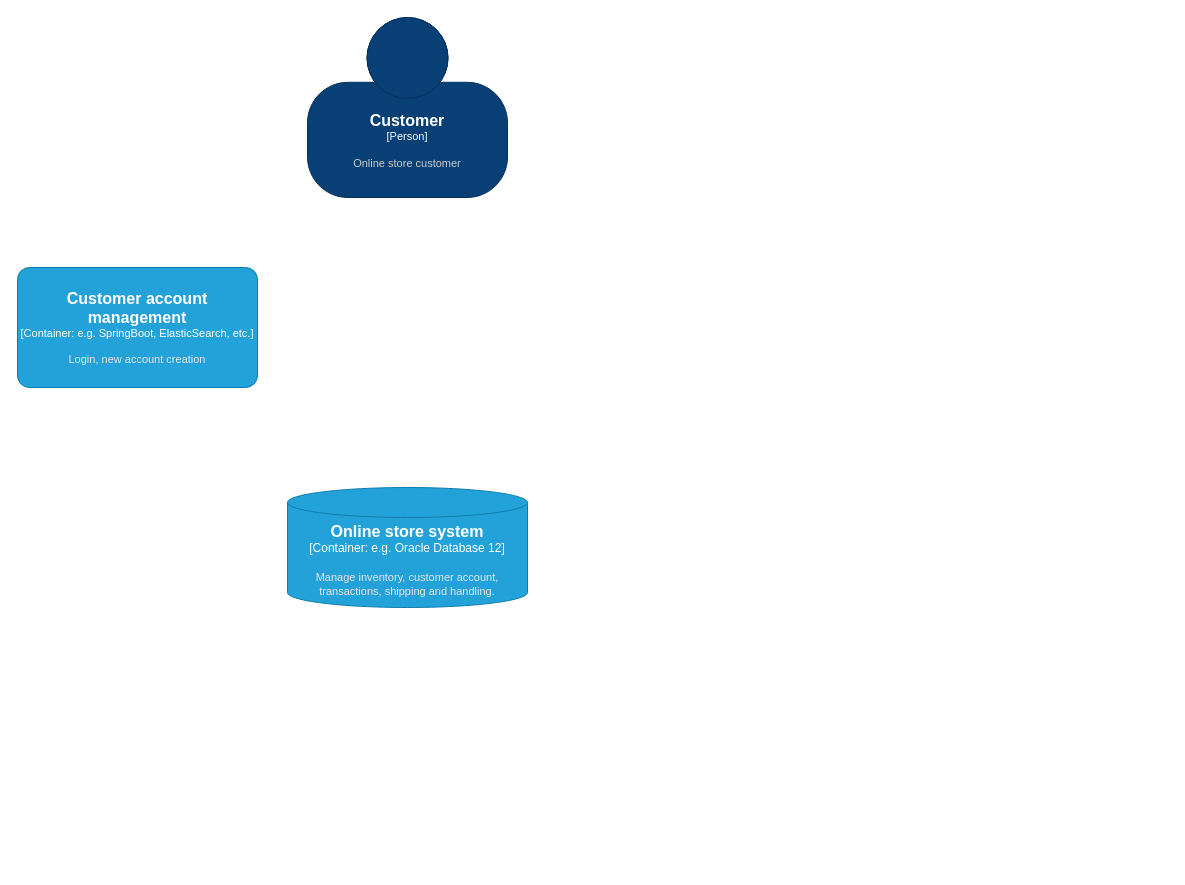
Earlier version of the draw.io diagram OnlingStoreSystemContext.drawio (ilvfruits/hello-world). Source tidied: cells renumbered, new cells numbered last; positions are measured from the earlier drawing's top-left corner, leaving out a move shared by most shapes. Both pictures are drawn from the tidied source at 100%, with x=0, y=0 at pixel (17, 17).
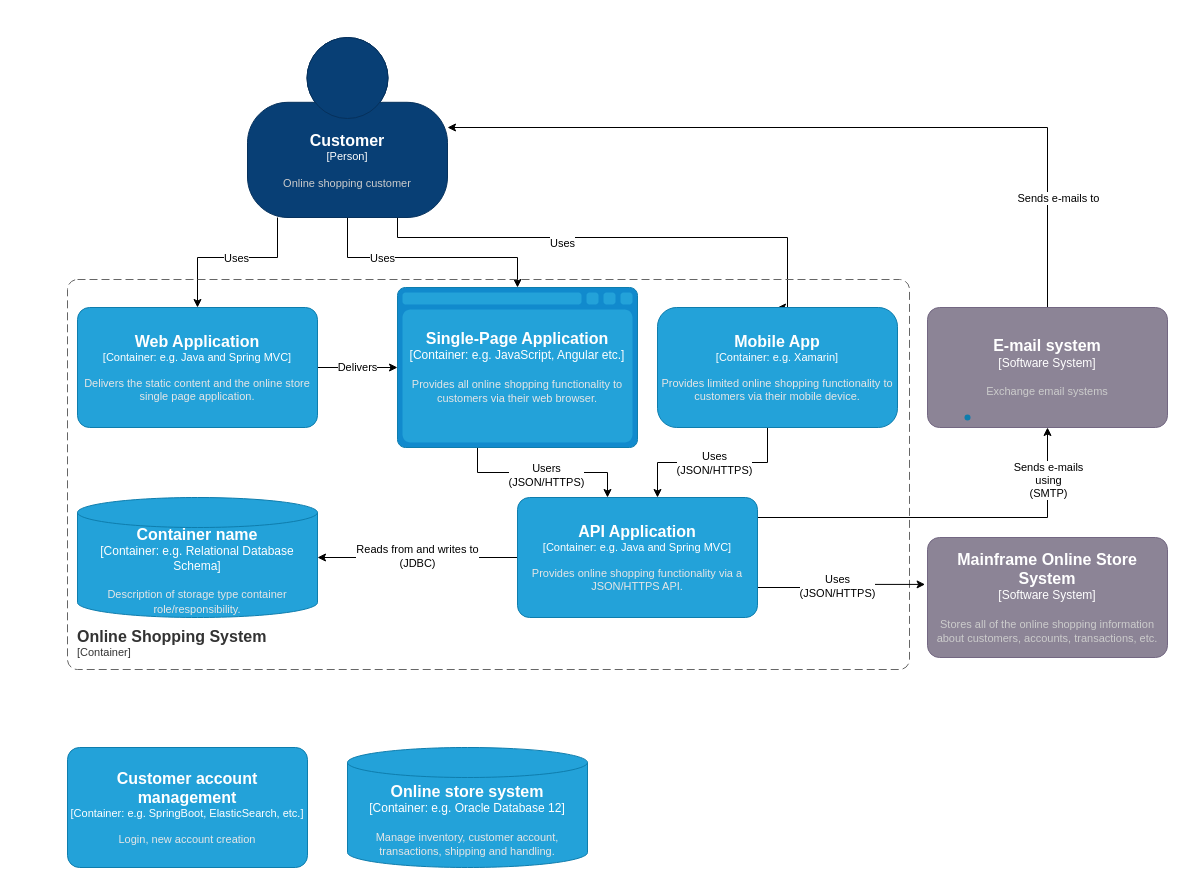
The same diagram, later.

Change to the diagram source:
```diff
@@
+    <mxCell id="5" style="edgeStyle=orthogonalEdgeStyle;rounded=0;jettySize=auto;html=1;" parent="1" edge="1" source="2" target="21">
+      <mxGeometry relative="1" as="geometry">
+        <Array as="points">
+          <mxPoint x="260" y="240" />
+          <mxPoint x="180" y="240" />
+        </Array>
+      </mxGeometry>
+    </mxCell>
+    <mxCell id="6" value="Uses" style="edgeLabel;html=1;align=center;verticalAlign=middle;" parent="5" vertex="1">
+      <mxGeometry x="-0.05" y="-8" relative="1" as="geometry">
+        <mxPoint x="-1" y="8" as="offset" />
+      </mxGeometry>
+    </mxCell>
+    <mxCell id="7" style="edgeStyle=orthogonalEdgeStyle;rounded=0;jettySize=auto;html=1;entryX=0.5;entryY=0;entryDx=0;entryDy=0;entryPerimeter=0;" parent="1" edge="1" source="2" target="13">
+      <mxGeometry relative="1" as="geometry">
+        <Array as="points">
+          <mxPoint x="330" y="240" />
+          <mxPoint x="500" y="240" />
+        </Array>
+      </mxGeometry>
+    </mxCell>
+    <mxCell id="8" value="Uses" style="edgeLabel;html=1;align=center;verticalAlign=middle;" parent="7" vertex="1">
+      <mxGeometry x="-0.38" relative="1" as="geometry" />
+    </mxCell>
+    <mxCell id="9" style="edgeStyle=orthogonalEdgeStyle;rounded=0;jettySize=auto;html=1;entryX=0.5;entryY=0;entryDx=0;entryDy=0;entryPerimeter=0;exitX=0.75;exitY=1;exitDx=0;exitDy=0;exitPerimeter=0;" parent="1" edge="1" source="2" target="24">
+      <mxGeometry relative="1" as="geometry">
+        <Array as="points">
+          <mxPoint x="380" y="220" />
+          <mxPoint x="770" y="220" />
+        </Array>
+      </mxGeometry>
+    </mxCell>
+    <mxCell id="10" value="Uses" style="edgeLabel;html=1;align=center;verticalAlign=middle;" parent="9" vertex="1">
+      <mxGeometry x="0.07" y="-5" relative="1" as="geometry">
+        <mxPoint x="-78" as="offset" />
+      </mxGeometry>
+    </mxCell>
-    <object id="2" label="&lt;font style=&quot;font-size: 16px&quot;&gt;&lt;b&gt;%c4Name%&lt;/b&gt;&lt;/font&gt;&lt;div&gt;[%c4Type%]&lt;/div&gt;&lt;br&gt;&lt;div&gt;&lt;font style=&quot;font-size: 11px&quot;&gt;&lt;font color=&quot;#cccccc&quot;&gt;%c4Description%&lt;/font&gt;&lt;/div&gt;" c4Description="Online store customer" c4Name="Customer" c4Type="Person" placeholders="1">
+    <object id="2" label="&lt;font style=&quot;font-size: 16px&quot;&gt;&lt;b&gt;%c4Name%&lt;/b&gt;&lt;/font&gt;&lt;div&gt;[%c4Type%]&lt;/div&gt;&lt;br&gt;&lt;div&gt;&lt;font style=&quot;font-size: 11px&quot;&gt;&lt;font color=&quot;#cccccc&quot;&gt;%c4Description%&lt;/font&gt;&lt;/div&gt;" c4Description="Online shopping customer" c4Name="Customer" c4Type="Person" placeholders="1">
       <mxCell style="html=1;fontSize=11;dashed=0;whiteSpace=wrap;fillColor=#083F75;strokeColor=#06315C;fontColor=#ffffff;shape=mxgraph.c4.person2;align=center;points=[[0.5,0,0],[1,0.5,0],[1,0.75,0],[0.75,1,0],[0.5,1,0],[0.25,1,0],[0,0.75,0],[0,0.5,0]];" parent="1" vertex="1">
-        <mxGeometry x="290" width="200" height="180" as="geometry" />
+        <mxGeometry x="230" y="20" width="200" height="180" as="geometry" />
       </mxCell>
     </object>
     <object id="3" label="&lt;font style=&quot;font-size: 16px&quot;&gt;&lt;b&gt;%c4Type%&lt;/b&gt;&lt;/font&gt;&lt;div&gt;[%c4Container%:&amp;nbsp;%c4Technology%]&lt;/div&gt;&lt;br&gt;&lt;div&gt;&lt;font style=&quot;font-size: 11px&quot;&gt;&lt;font color=&quot;#E6E6E6&quot;&gt;%c4Description%&lt;/font&gt;&lt;/div&gt;" c4Container="Container" c4Description="Manage inventory, customer account, transactions, shipping and handling." c4Technology="e.g. Oracle Database 12" c4Type="Online store system" placeholders="1">
       <mxCell style="shape=cylinder3;size=15;whiteSpace=wrap;html=1;boundedLbl=1;rounded=0;labelBackgroundColor=none;fillColor=#23A2D9;fontSize=12;fontColor=#ffffff;align=center;strokeColor=#0E7DAD;" parent="1" vertex="1">
-        <mxGeometry x="270" y="470" width="240" height="120" as="geometry" />
+        <mxGeometry x="330" y="730" width="240" height="120" as="geometry" />
       </mxCell>
     </object>
     <object id="4" label="&lt;font style=&quot;font-size: 16px&quot;&gt;&lt;b&gt;%c4Name%&lt;/b&gt;&lt;/font&gt;&lt;div&gt;[%c4Type%: %c4Technology%]&lt;/div&gt;&lt;br&gt;&lt;div&gt;&lt;font style=&quot;font-size: 11px&quot;&gt;&lt;font color=&quot;#E6E6E6&quot;&gt;%c4Description%&lt;/font&gt;&lt;/div&gt;" c4Description="Login, new account creation" c4Name="Customer account management" c4Technology="e.g. SpringBoot, ElasticSearch, etc." c4Type="Container" placeholders="1">
       <mxCell style="rounded=1;whiteSpace=wrap;html=1;fontSize=11;labelBackgroundColor=none;fillColor=#23A2D9;fontColor=#ffffff;align=center;arcSize=10;strokeColor=#0E7DAD;" parent="1" vertex="1">
-        <mxGeometry y="250" width="240" height="120" as="geometry" />
+        <mxGeometry x="50" y="730" width="240" height="120" as="geometry" />
       </mxCell>
     </object>
+    <mxCell id="11" style="edgeStyle=orthogonalEdgeStyle;rounded=0;orthogonalLoop=1;jettySize=auto;html=1;" parent="1" edge="1">
+      <mxGeometry relative="1" as="geometry">
+        <mxPoint x="460" y="430" as="sourcePoint" />
+        <mxPoint x="590" y="480" as="targetPoint" />
+        <Array as="points">
+          <mxPoint x="460" y="455" />
+          <mxPoint x="590" y="455" />
+        </Array>
+      </mxGeometry>
+    </mxCell>
+    <mxCell id="12" value="Users&lt;br&gt;(JSON/HTTPS)" style="edgeLabel;html=1;align=center;verticalAlign=middle;" parent="11" vertex="1">
+      <mxGeometry x="0.03" y="-2" relative="1" as="geometry" />
+    </mxCell>
+    <object id="13" label="&lt;font style=&quot;font-size: 16px&quot;&gt;&lt;b&gt;%c4Type%&lt;/b&gt;&lt;/font&gt;&lt;div&gt;[%c4Container%:&amp;nbsp;%c4Technology%]&lt;/div&gt;&lt;br&gt;&lt;div&gt;&lt;font style=&quot;font-size: 11px&quot;&gt;&lt;font color=&quot;#E6E6E6&quot;&gt;%c4Description%&lt;/font&gt;&lt;/div&gt;" c4Container="Container" c4Description="Provides all online shopping functionality to customers via their web browser." c4Technology="e.g. JavaScript, Angular etc." c4Type="Single-Page Application" placeholders="1">
+      <mxCell style="shape=mxgraph.c4.webBrowserContainer2;whiteSpace=wrap;html=1;boundedLbl=1;rounded=0;labelBackgroundColor=none;strokeColor=#118ACD;fillColor=#23A2D9;strokeColor=#118ACD;strokeColor2=#0E7DAD;fontSize=12;fontColor=#ffffff;align=center;points=[[0.5,0,0],[1,0.25,0],[1,0.5,0],[1,0.75,0],[0.5,1,0],[0,0.75,0],[0,0.5,0],[0,0.25,0]];" parent="1" vertex="1">
+        <mxGeometry x="380" y="270" width="240" height="160" as="geometry" />
+      </mxCell>
+    </object>
+    <mxCell id="14" style="edgeStyle=orthogonalEdgeStyle;rounded=0;jettySize=auto;html=1;entryX=1;entryY=0.5;entryDx=0;entryDy=0;entryPerimeter=0;" parent="1" edge="1" source="16" target="2">
+      <mxGeometry relative="1" as="geometry">
+        <Array as="points">
+          <mxPoint x="1030" y="110" />
+        </Array>
+      </mxGeometry>
+    </mxCell>
+    <mxCell id="15" value="Sends e-mails to" style="edgeLabel;html=1;align=center;verticalAlign=middle;" parent="14" vertex="1">
+      <mxGeometry x="0.22" y="-1" relative="1" as="geometry">
+        <mxPoint x="306" y="71" as="offset" />
+      </mxGeometry>
+    </mxCell>
+    <object id="16" label="&lt;font style=&quot;font-size: 16px&quot;&gt;&lt;b&gt;%c4Name%&lt;/b&gt;&lt;/font&gt;&lt;div&gt;[%c4Type%]&lt;/div&gt;&lt;br&gt;&lt;div&gt;&lt;font style=&quot;font-size: 11px&quot;&gt;&lt;font color=&quot;#cccccc&quot;&gt;%c4Description%&lt;/font&gt;&lt;/div&gt;" c4Description="Exchange email systems" c4Name="E-mail system" c4Type="Software System" placeholders="1">
+      <mxCell style="rounded=1;whiteSpace=wrap;html=1;labelBackgroundColor=none;fillColor=#8C8496;fontColor=#ffffff;align=center;arcSize=10;strokeColor=#736782;points=[[0.25,0,0],[0.5,0,0],[0.75,0,0],[1,0.25,0],[1,0.5,0],[1,0.75,0],[0.75,1,0],[0.5,1,0],[0.25,1,0],[0,0.75,0],[0,0.5,0],[0,0.25,0]];" parent="1" vertex="1">
+        <mxGeometry x="910" y="290" width="240" height="120" as="geometry" />
+      </mxCell>
+    </object>
+    <object id="17" label="&lt;font style=&quot;font-size: 16px&quot;&gt;&lt;b&gt;&lt;div style=&quot;text-align: left&quot;&gt;%c4Name%&lt;/div&gt;&lt;/b&gt;&lt;/font&gt;&lt;div style=&quot;text-align: left&quot;&gt;[%c4Application%]&lt;/div&gt;" c4Application="Container" c4Name="Online Shopping System" placeholders="1">
+      <mxCell style="rounded=1;fontSize=11;whiteSpace=wrap;html=1;dashed=1;arcSize=20;fillColor=none;strokeColor=#666666;fontColor=#333333;labelBackgroundColor=none;align=left;verticalAlign=bottom;labelBorderColor=none;spacingTop=0;spacing=10;dashPattern=8 4;perimeter=rectanglePerimeter;noLabel=0;labelPadding=0;absoluteArcSize=1;" parent="1" vertex="1">
+        <mxGeometry x="50" y="262" width="842" height="390" as="geometry" />
+      </mxCell>
+    </object>
+    <object id="18" label="&lt;font style=&quot;font-size: 16px&quot;&gt;&lt;b&gt;%c4Name%&lt;/b&gt;&lt;/font&gt;&lt;div&gt;[%c4Type%]&lt;/div&gt;&lt;br&gt;&lt;div&gt;&lt;font style=&quot;font-size: 11px&quot;&gt;&lt;font color=&quot;#cccccc&quot;&gt;%c4Description%&lt;/font&gt;&lt;/div&gt;" c4Description="Stores all of the online shopping information about customers, accounts, transactions, etc." c4Name="Mainframe Online Store System" c4Type="Software System" placeholders="1">
+      <mxCell style="rounded=1;whiteSpace=wrap;html=1;labelBackgroundColor=none;fillColor=#8C8496;fontColor=#ffffff;align=center;arcSize=10;strokeColor=#736782;points=[[0.25,0,0],[0.5,0,0],[0.75,0,0],[1,0.25,0],[1,0.5,0],[1,0.75,0],[0.75,1,0],[0.5,1,0],[0.25,1,0],[0,0.75,0],[0,0.5,0],[0,0.25,0]];" parent="1" vertex="1">
+        <mxGeometry x="910" y="520" width="240" height="120" as="geometry" />
+      </mxCell>
+    </object>
+    <object id="19" label="&lt;font style=&quot;font-size: 16px&quot;&gt;&lt;b&gt;%c4Type%&lt;/b&gt;&lt;/font&gt;&lt;div&gt;[%c4Container%:&amp;nbsp;%c4Technology%]&lt;/div&gt;&lt;br&gt;&lt;div&gt;&lt;font style=&quot;font-size: 11px&quot;&gt;&lt;font color=&quot;#E6E6E6&quot;&gt;%c4Description%&lt;/font&gt;&lt;/div&gt;" c4Container="Container" c4Description="Description of storage type container role/responsibility." c4Technology="e.g. Relational Database Schema" c4Type="Container name" placeholders="1">
+      <mxCell style="shape=cylinder3;size=15;whiteSpace=wrap;html=1;boundedLbl=1;rounded=0;labelBackgroundColor=none;fillColor=#23A2D9;fontSize=12;fontColor=#ffffff;align=center;strokeColor=#0E7DAD;points=[[0.5,0,0],[1,0.25,0],[1,0.5,0],[1,0.75,0],[0.5,1,0],[0,0.75,0],[0,0.5,0],[0,0.25,0]];" parent="1" vertex="1">
+        <mxGeometry x="60" y="480" width="240" height="120" as="geometry" />
+      </mxCell>
+    </object>
+    <mxCell id="20" value="Delivers" style="edgeStyle=orthogonalEdgeStyle;rounded=0;jettySize=auto;html=1;" parent="1" edge="1" source="21" target="13">
+      <mxGeometry relative="1" as="geometry" />
+    </mxCell>
+    <object id="21" label="&lt;font style=&quot;font-size: 16px&quot;&gt;&lt;b&gt;%c4Name%&lt;/b&gt;&lt;/font&gt;&lt;div&gt;[%c4Type%: %c4Technology%]&lt;/div&gt;&lt;br&gt;&lt;div&gt;&lt;font style=&quot;font-size: 11px&quot;&gt;&lt;font color=&quot;#E6E6E6&quot;&gt;%c4Description%&lt;/font&gt;&lt;/div&gt;" c4Description="Delivers the static content and the online store single page application." c4Name="Web Application" c4Technology="e.g. Java and Spring MVC" c4Type="Container" placeholders="1">
+      <mxCell style="rounded=1;whiteSpace=wrap;html=1;fontSize=11;labelBackgroundColor=none;fillColor=#23A2D9;fontColor=#ffffff;align=center;arcSize=10;strokeColor=#0E7DAD;points=[[0.25,0,0],[0.5,0,0],[0.75,0,0],[1,0.25,0],[1,0.5,0],[1,0.75,0],[0.75,1,0],[0.5,1,0],[0.25,1,0],[0,0.75,0],[0,0.5,0],[0,0.25,0]];" parent="1" vertex="1">
+        <mxGeometry x="60" y="290" width="240" height="120" as="geometry" />
+      </mxCell>
+    </object>
+    <mxCell id="22" style="edgeStyle=orthogonalEdgeStyle;rounded=0;orthogonalLoop=1;jettySize=auto;html=1;" parent="1" edge="1">
+      <mxGeometry relative="1" as="geometry">
+        <mxPoint x="750" y="410" as="sourcePoint" />
+        <mxPoint x="640" y="480" as="targetPoint" />
+        <Array as="points">
+          <mxPoint x="750" y="445" />
+          <mxPoint x="640" y="445" />
+        </Array>
+      </mxGeometry>
+    </mxCell>
+    <mxCell id="23" value="Uses&lt;br&gt;(JSON/HTTPS)" style="edgeLabel;html=1;align=center;verticalAlign=middle;" parent="22" vertex="1">
+      <mxGeometry x="-0.57" y="2" relative="1" as="geometry">
+        <mxPoint x="-50" y="-2" as="offset" />
+      </mxGeometry>
+    </mxCell>
+    <object id="24" label="&lt;font style=&quot;font-size: 16px&quot;&gt;&lt;b&gt;%c4Name%&lt;/b&gt;&lt;/font&gt;&lt;div&gt;[%c4Type%: %c4Technology%]&lt;/div&gt;&lt;br&gt;&lt;div&gt;&lt;font style=&quot;font-size: 11px&quot;&gt;&lt;font color=&quot;#E6E6E6&quot;&gt;%c4Description%&lt;/font&gt;&lt;/div&gt;" c4Description="Provides limited online shopping functionality to customers via their mobile device." c4Name="Mobile App" c4Technology="e.g. Xamarin" c4Type="Container" placeholders="1">
+      <mxCell style="rounded=1;whiteSpace=wrap;html=1;fontSize=11;labelBackgroundColor=none;fillColor=#23A2D9;fontColor=#ffffff;align=center;arcSize=16;strokeColor=#0E7DAD;points=[[0.25,0,0],[0.5,0,0],[0.75,0,0],[1,0.25,0],[1,0.5,0],[1,0.75,0],[0.75,1,0],[0.5,1,0],[0.25,1,0],[0,0.75,0],[0,0.5,0],[0,0.25,0]];glass=0;shadow=0;" parent="1" vertex="1">
+        <mxGeometry x="640" y="290" width="240" height="120" as="geometry" />
+      </mxCell>
+    </object>
+    <mxCell id="25" style="edgeStyle=orthogonalEdgeStyle;rounded=0;jettySize=auto;html=1;entryX=-0.01;entryY=0.391;entryDx=0;entryDy=0;entryPerimeter=0;exitX=1;exitY=0.75;exitDx=0;exitDy=0;exitPerimeter=0;" parent="1" edge="1" source="31" target="18">
+      <mxGeometry relative="1" as="geometry" />
+    </mxCell>
+    <mxCell id="26" value="Uses&lt;br&gt;(JSON/HTTPS)" style="edgeLabel;html=1;align=center;verticalAlign=middle;" parent="25" vertex="1">
+      <mxGeometry x="-0.17" y="2" relative="1" as="geometry">
+        <mxPoint x="8" as="offset" />
+      </mxGeometry>
+    </mxCell>
+    <mxCell id="27" style="edgeStyle=orthogonalEdgeStyle;rounded=0;jettySize=auto;html=1;" parent="1" edge="1" source="31">
+      <mxGeometry relative="1" as="geometry">
+        <mxPoint x="1030" y="410" as="targetPoint" />
+        <Array as="points">
+          <mxPoint x="1030" y="500" />
+        </Array>
+      </mxGeometry>
+    </mxCell>
+    <mxCell id="28" value="Sends e-mails&lt;br&gt;using&lt;br&gt;(SMTP)" style="edgeLabel;html=1;align=center;verticalAlign=middle;" parent="27" vertex="1">
+      <mxGeometry x="0.7" relative="1" as="geometry">
+        <mxPoint y="-5" as="offset" />
+      </mxGeometry>
+    </mxCell>
+    <mxCell id="29" style="edgeStyle=orthogonalEdgeStyle;rounded=0;jettySize=auto;html=1;entryX=1;entryY=0.5;entryDx=0;entryDy=0;entryPerimeter=0;" parent="1" edge="1" source="31" target="19">
+      <mxGeometry relative="1" as="geometry" />
+    </mxCell>
+    <mxCell id="30" value="Reads from and writes to&lt;br&gt;(JDBC)" style="edgeLabel;html=1;align=center;verticalAlign=middle;" parent="29" vertex="1">
+      <mxGeometry y="-2" relative="1" as="geometry">
+        <mxPoint x="-1" as="offset" />
+      </mxGeometry>
+    </mxCell>
+    <object id="31" label="&lt;font style=&quot;font-size: 16px&quot;&gt;&lt;b&gt;%c4Name%&lt;/b&gt;&lt;/font&gt;&lt;div&gt;[%c4Type%: %c4Technology%]&lt;/div&gt;&lt;br&gt;&lt;div&gt;&lt;font style=&quot;font-size: 11px&quot;&gt;&lt;font color=&quot;#E6E6E6&quot;&gt;%c4Description%&lt;/font&gt;&lt;/div&gt;" c4Description="Provides online shopping functionality via a JSON/HTTPS API." c4Name="API Application" c4Technology="e.g. Java and Spring MVC" c4Type="Container" placeholders="1">
+      <mxCell style="rounded=1;whiteSpace=wrap;html=1;fontSize=11;labelBackgroundColor=none;fillColor=#23A2D9;fontColor=#ffffff;align=center;arcSize=10;strokeColor=#0E7DAD;points=[[0.25,0,0],[0.5,0,0],[0.75,0,0],[1,0.25,0],[1,0.5,0],[1,0.75,0],[0.75,1,0],[0.5,1,0],[0.25,1,0],[0,0.75,0],[0,0.5,0],[0,0.25,0]];" parent="1" vertex="1">
+        <mxGeometry x="500" y="480" width="240" height="120" as="geometry" />
+      </mxCell>
+    </object>
+    <mxCell id="32" style="shape=waypoint;sketch=0;size=6;fillColor=#23A2D9;perimeter=centerPerimeter;fontSize=11;strokeColor=#0E7DAD;fontColor=#ffffff;rounded=1;labelBackgroundColor=none;arcSize=10;" parent="1" vertex="1">
+      <mxGeometry x="940" y="390" width="20" height="20" as="geometry" />
+    </mxCell>
```
